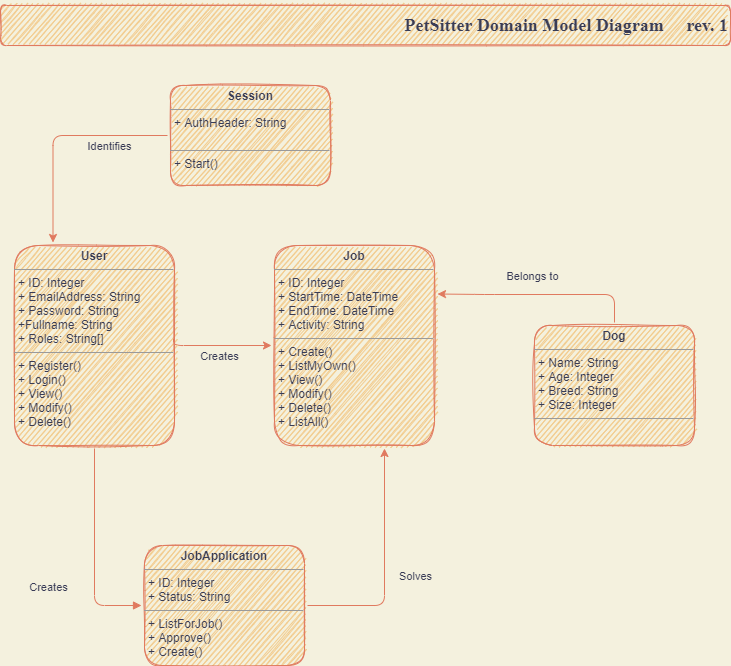
Earlier version of the draw.io export src/main/resources/PetSitter/img/petsitter-domain-model.png (javasoftworld/spring-boot-openapi). Source tidied: cells renumbered, new cells last; positions are measured from the earlier drawing's top-left corner, leaving out a move shared by most shapes.
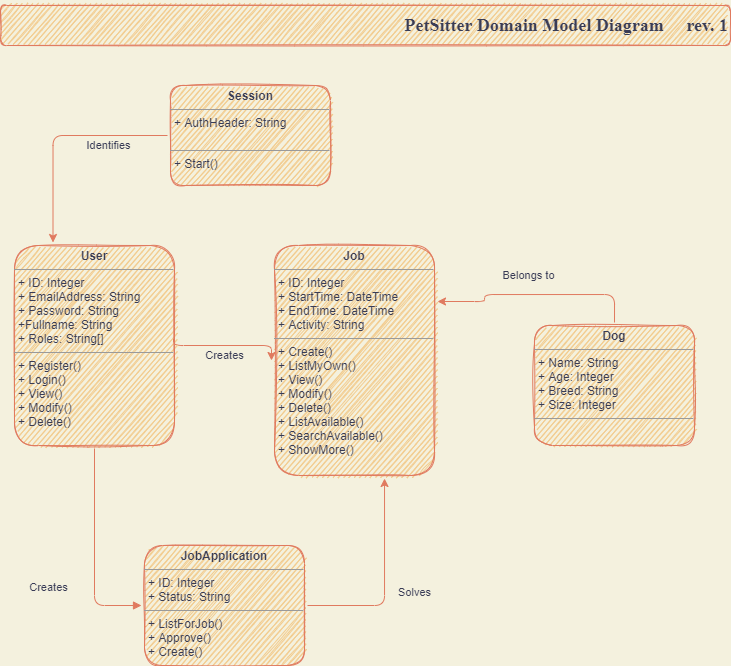
After the change.

Commit message:
domain model patched for sprint 2 goals

Diff of the diagram source:
```diff
@@ -17,8 +17,8 @@
     <mxCell id="4" value="&lt;p style=&quot;margin: 0px ; margin-top: 4px ; text-align: center&quot;&gt;&lt;b&gt;User&lt;/b&gt;&lt;/p&gt;&lt;hr size=&quot;1&quot;&gt;&lt;p style=&quot;margin: 0px ; margin-left: 4px&quot;&gt;+ ID: Integer&lt;/p&gt;&lt;p style=&quot;margin: 0px ; margin-left: 4px&quot;&gt;+ EmailAddress: String&lt;/p&gt;&lt;p style=&quot;margin: 0px ; margin-left: 4px&quot;&gt;+ Password: String&lt;/p&gt;&lt;p style=&quot;margin: 0px ; margin-left: 4px&quot;&gt;+Fullname: String&lt;/p&gt;&lt;p style=&quot;margin: 0px ; margin-left: 4px&quot;&gt;+ Roles: String[]&lt;/p&gt;&lt;hr size=&quot;1&quot;&gt;&lt;p style=&quot;margin: 0px ; margin-left: 4px&quot;&gt;+ Register()&lt;/p&gt;&lt;p style=&quot;margin: 0px ; margin-left: 4px&quot;&gt;+ Login()&lt;/p&gt;&lt;p style=&quot;margin: 0px ; margin-left: 4px&quot;&gt;+ View()&lt;/p&gt;&lt;p style=&quot;margin: 0px ; margin-left: 4px&quot;&gt;+ Modify()&lt;/p&gt;&lt;p style=&quot;margin: 0px ; margin-left: 4px&quot;&gt;+ Delete()&lt;/p&gt;&lt;p style=&quot;margin: 0px ; margin-left: 4px&quot;&gt;&lt;br&gt;&lt;/p&gt;" style="verticalAlign=top;align=left;overflow=fill;fontSize=12;fontFamily=Helvetica;html=1;sketch=1;rounded=1;perimeterSpacing=3;fillColor=#F2CC8F;strokeColor=#E07A5F;fontColor=#393C56;" parent="1" vertex="1">
       <mxGeometry x="14" y="240" width="160" height="200" as="geometry" />
     </mxCell>
-    <mxCell id="5" value="&lt;p style=&quot;margin: 0px ; margin-top: 4px ; text-align: center&quot;&gt;&lt;b&gt;Job&lt;/b&gt;&lt;/p&gt;&lt;hr size=&quot;1&quot;&gt;&lt;p style=&quot;margin: 0px ; margin-left: 4px&quot;&gt;+ ID: Integer&lt;/p&gt;&lt;p style=&quot;margin: 0px ; margin-left: 4px&quot;&gt;+ StartTime: DateTime&lt;/p&gt;&lt;p style=&quot;margin: 0px ; margin-left: 4px&quot;&gt;+ EndTime: DateTime&lt;/p&gt;&lt;p style=&quot;margin: 0px ; margin-left: 4px&quot;&gt;+ Activity: String&lt;/p&gt;&lt;hr size=&quot;1&quot;&gt;&lt;p style=&quot;margin: 0px ; margin-left: 4px&quot;&gt;+ Create()&lt;/p&gt;&lt;p style=&quot;margin: 0px ; margin-left: 4px&quot;&gt;+ ListMyOwn()&lt;/p&gt;&lt;p style=&quot;margin: 0px ; margin-left: 4px&quot;&gt;+ View()&lt;/p&gt;&lt;p style=&quot;margin: 0px ; margin-left: 4px&quot;&gt;+ Modify()&lt;/p&gt;&lt;p style=&quot;margin: 0px ; margin-left: 4px&quot;&gt;+ Delete()&lt;/p&gt;&lt;p style=&quot;margin: 0px ; margin-left: 4px&quot;&gt;+ ListAll()&lt;/p&gt;" style="verticalAlign=top;align=left;overflow=fill;fontSize=12;fontFamily=Helvetica;html=1;sketch=1;rounded=1;perimeterSpacing=3;fillColor=#F2CC8F;strokeColor=#E07A5F;fontColor=#393C56;" parent="1" vertex="1">
-      <mxGeometry x="274" y="240" width="160" height="200" as="geometry" />
+    <mxCell id="5" value="&lt;p style=&quot;margin: 0px ; margin-top: 4px ; text-align: center&quot;&gt;&lt;b&gt;Job&lt;/b&gt;&lt;/p&gt;&lt;hr size=&quot;1&quot;&gt;&lt;p style=&quot;margin: 0px ; margin-left: 4px&quot;&gt;+ ID: Integer&lt;/p&gt;&lt;p style=&quot;margin: 0px ; margin-left: 4px&quot;&gt;+ StartTime: DateTime&lt;/p&gt;&lt;p style=&quot;margin: 0px ; margin-left: 4px&quot;&gt;+ EndTime: DateTime&lt;/p&gt;&lt;p style=&quot;margin: 0px ; margin-left: 4px&quot;&gt;+ Activity: String&lt;/p&gt;&lt;hr size=&quot;1&quot;&gt;&lt;p style=&quot;margin: 0px ; margin-left: 4px&quot;&gt;+ Create()&lt;/p&gt;&lt;p style=&quot;margin: 0px ; margin-left: 4px&quot;&gt;+ ListMyOwn()&lt;/p&gt;&lt;p style=&quot;margin: 0px ; margin-left: 4px&quot;&gt;+ View()&lt;/p&gt;&lt;p style=&quot;margin: 0px ; margin-left: 4px&quot;&gt;+ Modify()&lt;/p&gt;&lt;p style=&quot;margin: 0px ; margin-left: 4px&quot;&gt;+ Delete()&lt;/p&gt;&lt;p style=&quot;margin: 0px ; margin-left: 4px&quot;&gt;+ ListAvailable()&lt;/p&gt;&lt;p style=&quot;margin: 0px ; margin-left: 4px&quot;&gt;+ SearchAvailable()&lt;/p&gt;&lt;p style=&quot;margin: 0px ; margin-left: 4px&quot;&gt;+ ShowMore()&lt;/p&gt;&lt;p style=&quot;margin: 0px ; margin-left: 4px&quot;&gt;&lt;br&gt;&lt;/p&gt;" style="verticalAlign=top;align=left;overflow=fill;fontSize=12;fontFamily=Helvetica;html=1;sketch=1;rounded=1;perimeterSpacing=3;fillColor=#F2CC8F;strokeColor=#E07A5F;fontColor=#393C56;" parent="1" vertex="1">
+      <mxGeometry x="274" y="240" width="160" height="230" as="geometry" />
     </mxCell>
     <mxCell id="6" style="edgeStyle=orthogonalEdgeStyle;curved=0;rounded=1;sketch=0;jettySize=auto;html=1;exitX=0.5;exitY=0;exitDx=0;exitDy=0;entryX=1;entryY=0.25;entryDx=0;entryDy=0;labelBackgroundColor=#F4F1DE;strokeColor=#E07A5F;fontColor=#393C56;" parent="1" edge="1" source="8" target="5">
       <mxGeometry relative="1" as="geometry">
```
